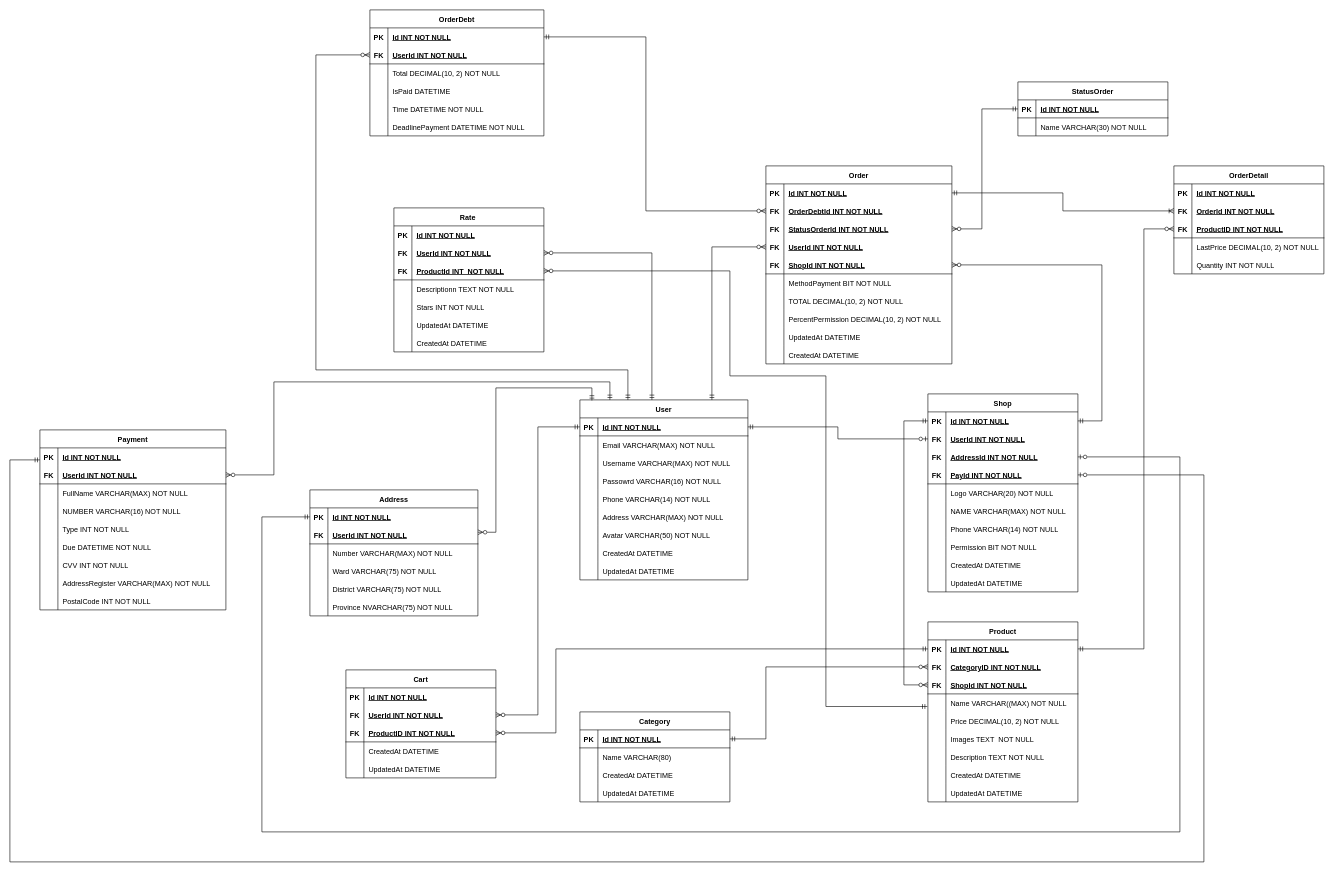
This is Doc/Diagram/ERD/ERD.drawio from PhuNguyen01997/P-P-Commercial-Sem04, a draw.io file, before an edit. Source tidied: cells renumbered, new cells numbered last; positions are measured from the earlier drawing's top-left corner, leaving out a move shared by most shapes. Both pictures are drawn from the tidied source at 60%, with x=0, y=0 at pixel (10, 10).
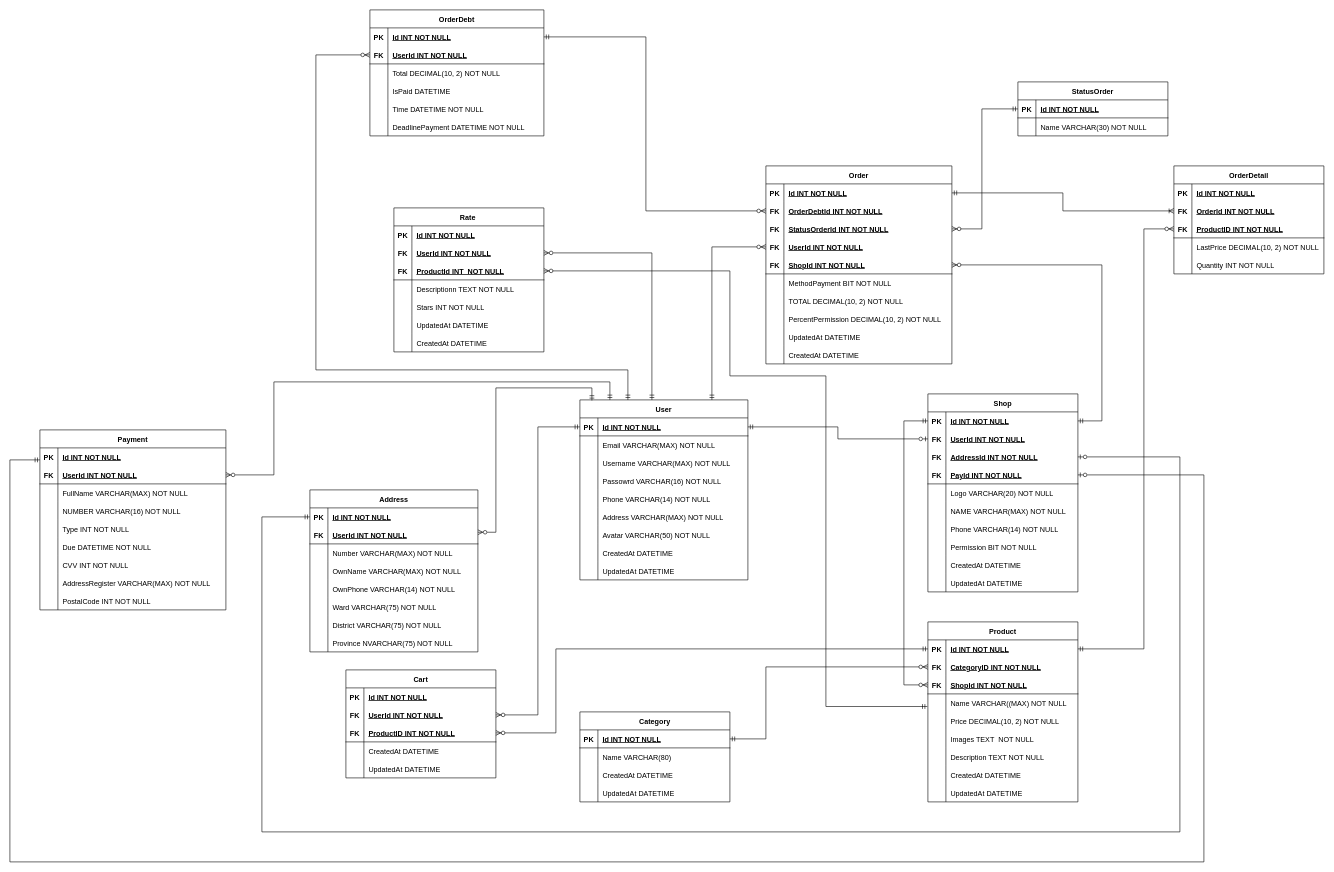
The same page after the edit.

Diff of the diagram source:
```diff
@@
     <mxCell id="228" value="Address" style="shape=table;startSize=30;childLayout=tableLayout;rowLines=0;fontStyle=1;align=center;" parent="1" vertex="1">
-      <mxGeometry x="500" y="800" width="280" height="210" as="geometry" />
+      <mxGeometry x="500" y="800" width="280" height="270" as="geometry" />
     </mxCell>
@@
+    <mxCell id="278" style="shape=partialRectangle;fillColor=none;top=0;left=0;right=0;bottom=0;" parent="228" vertex="1">
+      <mxGeometry y="120" width="280" height="30" as="geometry" />
+    </mxCell>
+    <mxCell id="279" style="shape=partialRectangle;overflow=hidden;fillColor=none;top=0;left=0;bottom=0;right=0;" parent="278" vertex="1">
+      <mxGeometry width="30" height="30" as="geometry" />
+    </mxCell>
+    <mxCell id="280" value="OwnName VARCHAR(MAX) NOT NULL" style="shape=partialRectangle;overflow=hidden;fillColor=none;top=0;left=0;bottom=0;right=0;align=left;spacingLeft=6;" parent="278" vertex="1">
+      <mxGeometry x="30" width="250" height="30" as="geometry" />
+    </mxCell>
+    <mxCell id="281" style="shape=partialRectangle;fillColor=none;top=0;left=0;right=0;bottom=0;" parent="228" vertex="1">
+      <mxGeometry y="150" width="280" height="30" as="geometry" />
+    </mxCell>
+    <mxCell id="282" style="shape=partialRectangle;overflow=hidden;fillColor=none;top=0;left=0;bottom=0;right=0;" parent="281" vertex="1">
+      <mxGeometry width="30" height="30" as="geometry" />
+    </mxCell>
+    <mxCell id="283" value="OwnPhone VARCHAR(14) NOT NULL" style="shape=partialRectangle;overflow=hidden;fillColor=none;top=0;left=0;bottom=0;right=0;align=left;spacingLeft=6;" parent="281" vertex="1">
+      <mxGeometry x="30" width="250" height="30" as="geometry" />
+    </mxCell>
     <mxCell id="238" style="shape=partialRectangle;fillColor=none;top=0;left=0;right=0;bottom=0;" parent="228" vertex="1">
-      <mxGeometry y="120" width="280" height="30" as="geometry" />
+      <mxGeometry y="180" width="280" height="30" as="geometry" />
     </mxCell>
@@
     <mxCell id="241" style="shape=partialRectangle;fillColor=none;top=0;left=0;right=0;bottom=0;" parent="228" vertex="1">
-      <mxGeometry y="150" width="280" height="30" as="geometry" />
+      <mxGeometry y="210" width="280" height="30" as="geometry" />
     </mxCell>
@@
     <mxCell id="244" style="shape=partialRectangle;fillColor=none;top=0;left=0;right=0;bottom=0;" parent="228" vertex="1">
-      <mxGeometry y="180" width="280" height="30" as="geometry" />
+      <mxGeometry y="240" width="280" height="30" as="geometry" />
     </mxCell>
```
